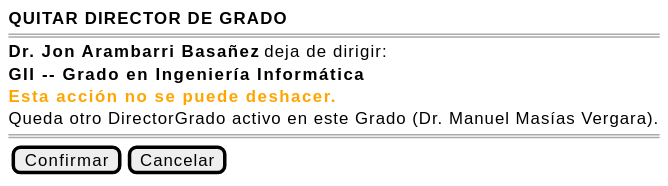
mmasias/pyCeldaPublico keeps this PlantUML diagram as images/RUP/01-requisitos/03-detalle-casos-uso/quitarDirectorPrograma/wireframe-confirmacion.svg. Above is the earlier version. The source it was exported from:
```plantuml
@startsalt quitarDirectorGrado-wireframe-confirmacion
{
    <b>QUITAR DIRECTOR DE GRADO</b>
    ====
    <b>Dr. Jon Arambarri Basañez</b> deja de dirigir:

    <b>GII -- Grado en Ingeniería Informática</b>

    <color:orange><b>Esta acción no se puede deshacer.</b></color>
    Queda otro DirectorGrado activo en este Grado (Dr. Manuel Masías Vergara).
    ====
    {[Confirmar] | [Cancelar]}
}
@endsalt
```
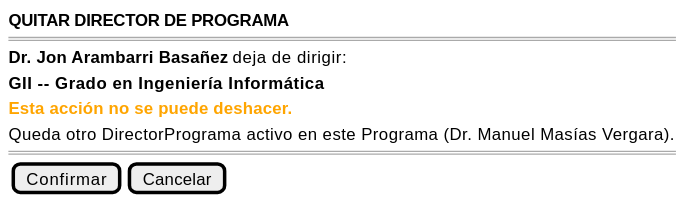
Above is the later version.

The edit, as a diff of the source:
```diff
@@ -1,13 +1,13 @@
-@startsalt quitarDirectorGrado-wireframe-confirmacion
+@startsalt quitarDirectorPrograma-wireframe-confirmacion
 {
-    <b>QUITAR DIRECTOR DE GRADO</b>
+    <b>QUITAR DIRECTOR DE PROGRAMA</b>
     ====
     <b>Dr. Jon Arambarri Basañez</b> deja de dirigir:
 
     <b>GII -- Grado en Ingeniería Informática</b>
 
     <color:orange><b>Esta acción no se puede deshacer.</b></color>
-    Queda otro DirectorGrado activo en este Grado (Dr. Manuel Masías Vergara).
+    Queda otro DirectorPrograma activo en este Programa (Dr. Manuel Masías Vergara).
     ====
     {[Confirmar] | [Cancelar]}
 }
```
